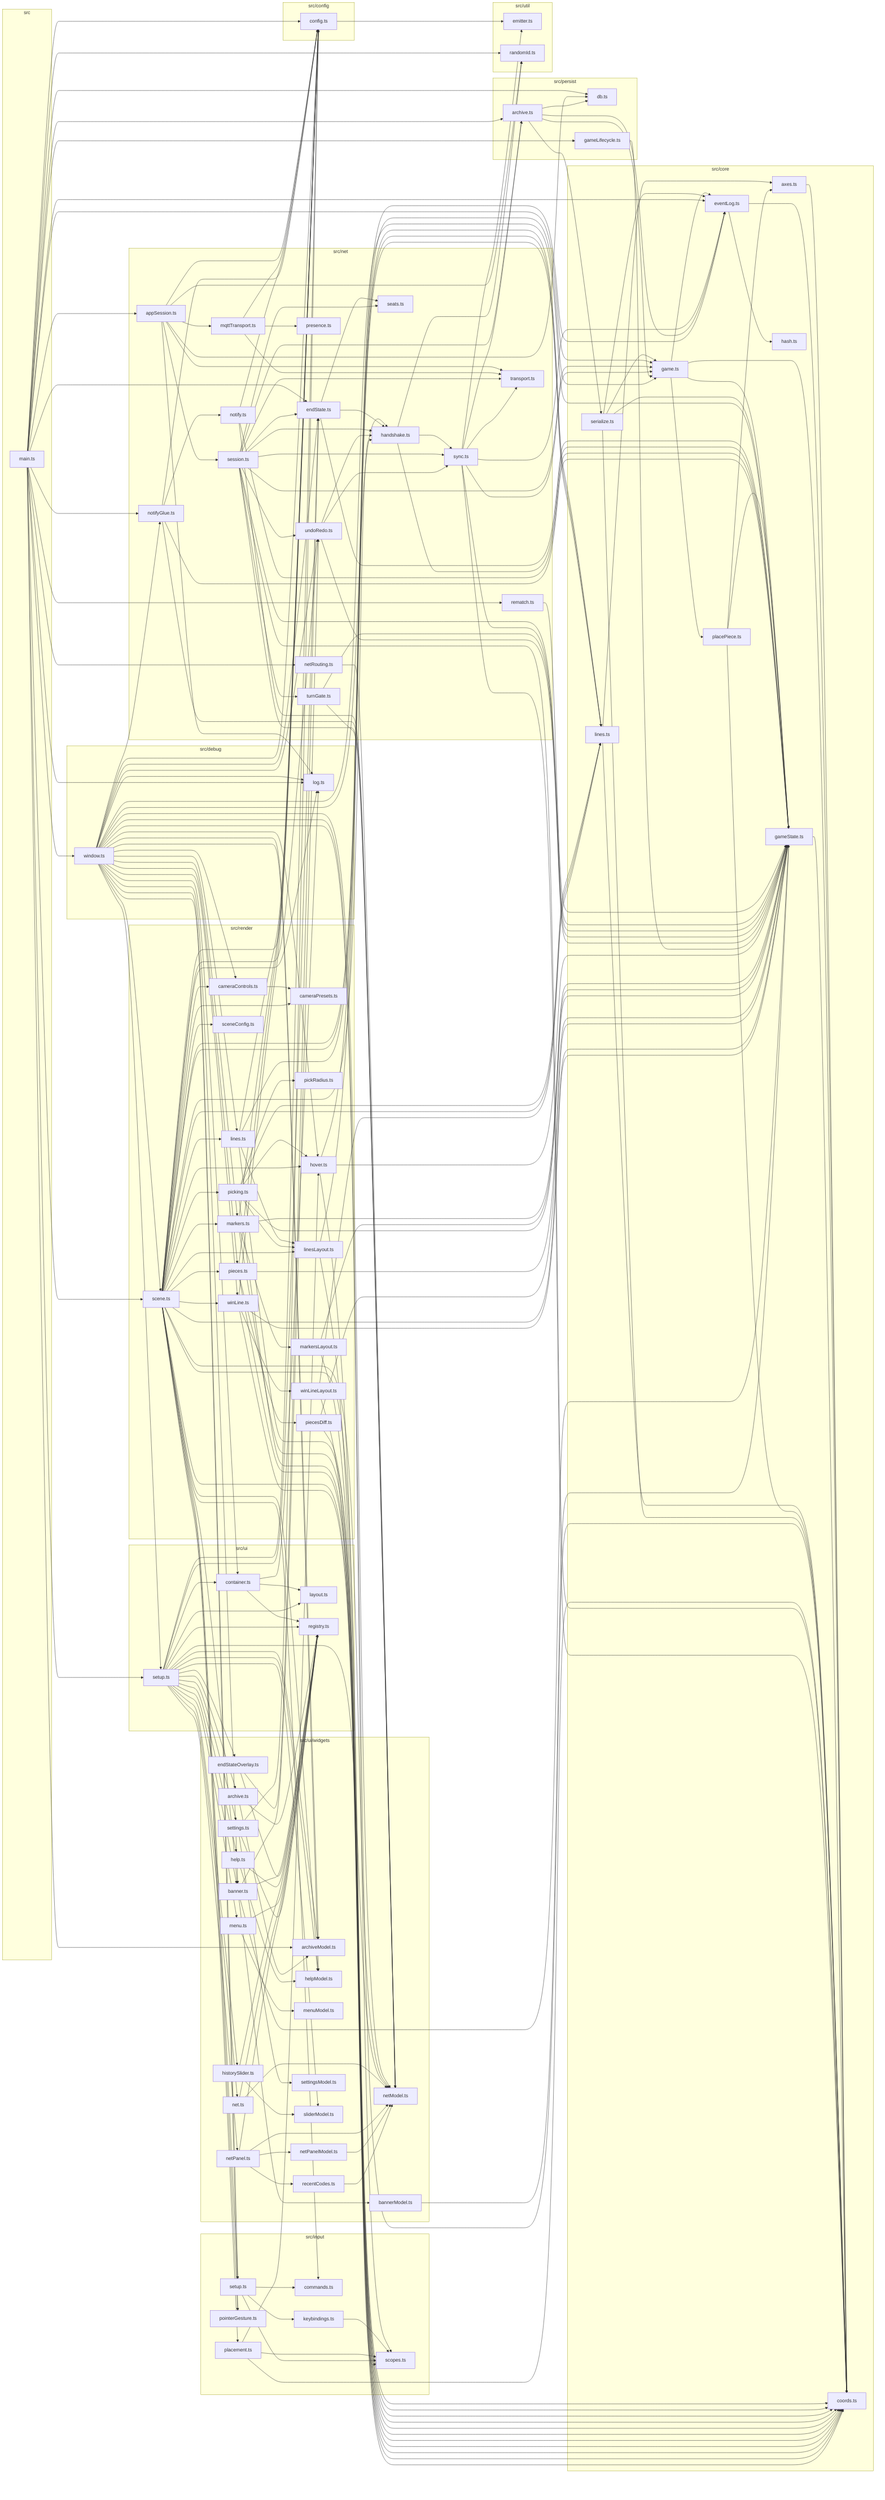
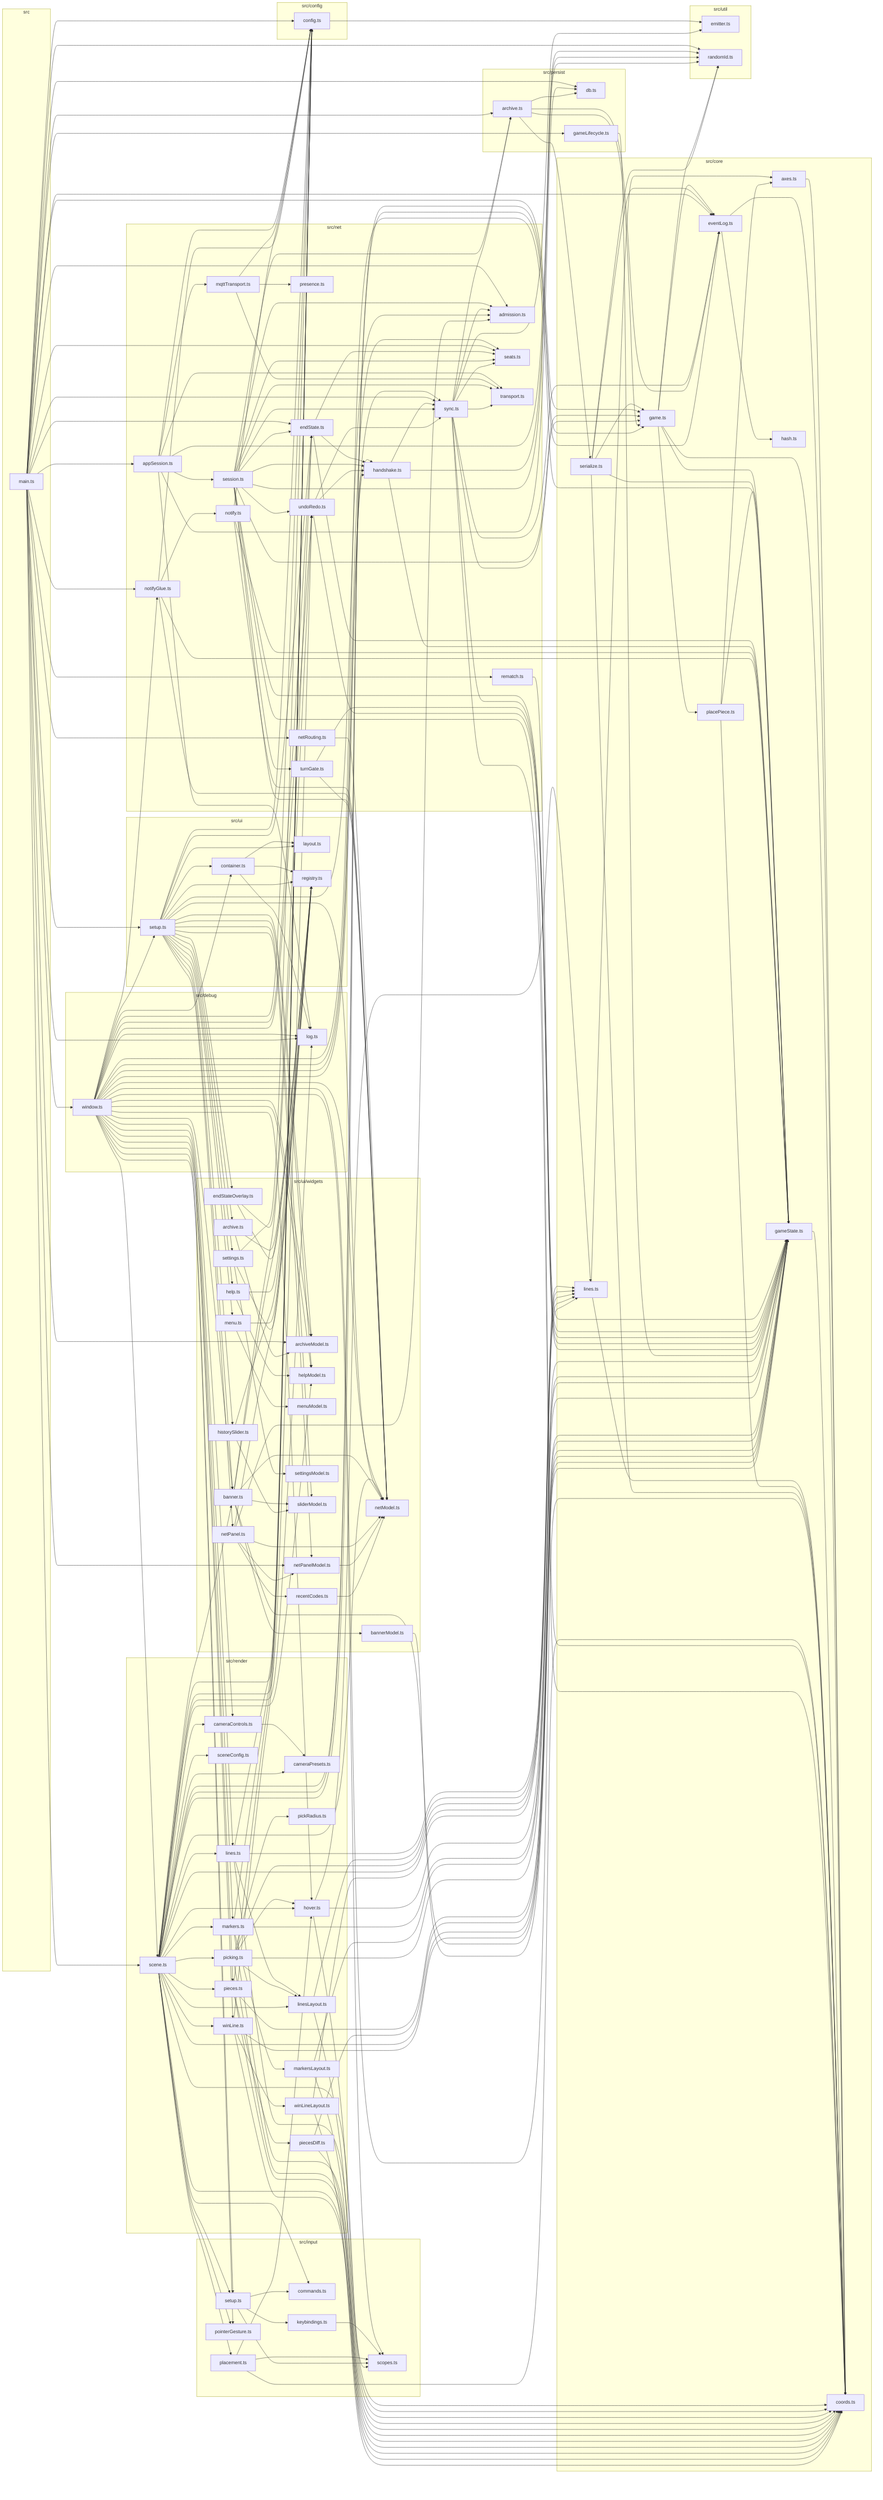
graph LR
    subgraph src
        src_main_ts["main.ts"]
    end
    subgraph src/config
        src_config_config_ts["config.ts"]
    end
    subgraph src/core
        src_core_axes_ts["axes.ts"]
        src_core_coords_ts["coords.ts"]
        src_core_eventLog_ts["eventLog.ts"]
        src_core_game_ts["game.ts"]
        src_core_gameState_ts["gameState.ts"]
        src_core_hash_ts["hash.ts"]
        src_core_lines_ts["lines.ts"]
        src_core_placePiece_ts["placePiece.ts"]
        src_core_serialize_ts["serialize.ts"]
    end
    subgraph src/debug
        src_debug_log_ts["log.ts"]
        src_debug_window_ts["window.ts"]
    end
    subgraph src/input
        src_input_commands_ts["commands.ts"]
        src_input_keybindings_ts["keybindings.ts"]
        src_input_placement_ts["placement.ts"]
        src_input_pointerGesture_ts["pointerGesture.ts"]
        src_input_scopes_ts["scopes.ts"]
        src_input_setup_ts["setup.ts"]
    end
    subgraph src/net
+         src_net_admission_ts["admission.ts"]
        src_net_appSession_ts["appSession.ts"]
        src_net_endState_ts["endState.ts"]
        src_net_handshake_ts["handshake.ts"]
        src_net_mqttTransport_ts["mqttTransport.ts"]
        src_net_netRouting_ts["netRouting.ts"]
        src_net_notify_ts["notify.ts"]
        src_net_notifyGlue_ts["notifyGlue.ts"]
        src_net_presence_ts["presence.ts"]
        src_net_rematch_ts["rematch.ts"]
        src_net_seats_ts["seats.ts"]
        src_net_session_ts["session.ts"]
        src_net_sync_ts["sync.ts"]
        src_net_transport_ts["transport.ts"]
        src_net_turnGate_ts["turnGate.ts"]
        src_net_undoRedo_ts["undoRedo.ts"]
    end
    subgraph src/persist
        src_persist_archive_ts["archive.ts"]
        src_persist_db_ts["db.ts"]
        src_persist_gameLifecycle_ts["gameLifecycle.ts"]
    end
    subgraph src/render
        src_render_cameraControls_ts["cameraControls.ts"]
        src_render_cameraPresets_ts["cameraPresets.ts"]
        src_render_hover_ts["hover.ts"]
        src_render_lines_ts["lines.ts"]
        src_render_linesLayout_ts["linesLayout.ts"]
        src_render_markers_ts["markers.ts"]
        src_render_markersLayout_ts["markersLayout.ts"]
        src_render_pickRadius_ts["pickRadius.ts"]
        src_render_picking_ts["picking.ts"]
        src_render_pieces_ts["pieces.ts"]
        src_render_piecesDiff_ts["piecesDiff.ts"]
        src_render_scene_ts["scene.ts"]
        src_render_sceneConfig_ts["sceneConfig.ts"]
        src_render_winLine_ts["winLine.ts"]
        src_render_winLineLayout_ts["winLineLayout.ts"]
    end
    subgraph src/ui
        src_ui_container_ts["container.ts"]
        src_ui_layout_ts["layout.ts"]
        src_ui_registry_ts["registry.ts"]
        src_ui_setup_ts["setup.ts"]
    end
    subgraph src/ui/widgets
        src_ui_widgets_archive_ts["archive.ts"]
        src_ui_widgets_archiveModel_ts["archiveModel.ts"]
        src_ui_widgets_banner_ts["banner.ts"]
        src_ui_widgets_bannerModel_ts["bannerModel.ts"]
        src_ui_widgets_endStateOverlay_ts["endStateOverlay.ts"]
        src_ui_widgets_help_ts["help.ts"]
        src_ui_widgets_helpModel_ts["helpModel.ts"]
        src_ui_widgets_historySlider_ts["historySlider.ts"]
        src_ui_widgets_menu_ts["menu.ts"]
        src_ui_widgets_menuModel_ts["menuModel.ts"]
-         src_ui_widgets_net_ts["net.ts"]
        src_ui_widgets_netModel_ts["netModel.ts"]
        src_ui_widgets_netPanel_ts["netPanel.ts"]
        src_ui_widgets_netPanelModel_ts["netPanelModel.ts"]
        src_ui_widgets_recentCodes_ts["recentCodes.ts"]
        src_ui_widgets_settings_ts["settings.ts"]
        src_ui_widgets_settingsModel_ts["settingsModel.ts"]
        src_ui_widgets_sliderModel_ts["sliderModel.ts"]
    end
    subgraph src/util
        src_util_emitter_ts["emitter.ts"]
        src_util_randomId_ts["randomId.ts"]
    end
    src_config_config_ts --> src_util_emitter_ts
    src_core_axes_ts --> src_core_coords_ts
    src_core_eventLog_ts --> src_core_coords_ts
    src_core_eventLog_ts --> src_core_hash_ts
    src_core_game_ts --> src_core_coords_ts
    src_core_game_ts --> src_core_eventLog_ts
    src_core_game_ts --> src_core_gameState_ts
    src_core_game_ts --> src_core_placePiece_ts
+     src_core_game_ts --> src_util_randomId_ts
    src_core_gameState_ts --> src_core_coords_ts
    src_core_lines_ts --> src_core_axes_ts
    src_core_lines_ts --> src_core_coords_ts
    src_core_placePiece_ts --> src_core_axes_ts
    src_core_placePiece_ts --> src_core_coords_ts
    src_core_placePiece_ts --> src_core_gameState_ts
    src_core_serialize_ts --> src_core_coords_ts
    src_core_serialize_ts --> src_core_eventLog_ts
    src_core_serialize_ts --> src_core_game_ts
    src_core_serialize_ts --> src_core_gameState_ts
+     src_core_serialize_ts --> src_util_randomId_ts
    src_debug_window_ts --> src_config_config_ts
    src_debug_window_ts --> src_core_coords_ts
    src_debug_window_ts --> src_core_gameState_ts
    src_debug_window_ts --> src_debug_log_ts
    src_debug_window_ts --> src_input_pointerGesture_ts
    src_debug_window_ts --> src_input_scopes_ts
    src_debug_window_ts --> src_input_setup_ts
    src_debug_window_ts --> src_net_endState_ts
    src_debug_window_ts --> src_net_handshake_ts
    src_debug_window_ts --> src_net_notifyGlue_ts
+     src_debug_window_ts --> src_net_seats_ts
+     src_debug_window_ts --> src_net_sync_ts
    src_debug_window_ts --> src_net_undoRedo_ts
    src_debug_window_ts --> src_render_cameraControls_ts
    src_debug_window_ts --> src_render_hover_ts
    src_debug_window_ts --> src_render_lines_ts
    src_debug_window_ts --> src_render_markers_ts
    src_debug_window_ts --> src_render_pieces_ts
    src_debug_window_ts --> src_render_scene_ts
    src_debug_window_ts --> src_render_winLine_ts
    src_debug_window_ts --> src_ui_container_ts
    src_debug_window_ts --> src_ui_setup_ts
    src_debug_window_ts --> src_ui_widgets_archiveModel_ts
    src_debug_window_ts --> src_ui_widgets_banner_ts
    src_debug_window_ts --> src_ui_widgets_helpModel_ts
    src_debug_window_ts --> src_ui_widgets_netModel_ts
    src_input_keybindings_ts --> src_input_scopes_ts
    src_input_placement_ts --> src_core_coords_ts
    src_input_placement_ts --> src_input_scopes_ts
    src_input_placement_ts --> src_render_hover_ts
    src_input_setup_ts --> src_input_commands_ts
    src_input_setup_ts --> src_input_keybindings_ts
    src_input_setup_ts --> src_input_scopes_ts
    src_main_ts --> src_config_config_ts
    src_main_ts --> src_core_eventLog_ts
    src_main_ts --> src_core_game_ts
    src_main_ts --> src_debug_log_ts
    src_main_ts --> src_debug_window_ts
+     src_main_ts --> src_net_admission_ts
    src_main_ts --> src_net_appSession_ts
    src_main_ts --> src_net_endState_ts
    src_main_ts --> src_net_netRouting_ts
    src_main_ts --> src_net_notifyGlue_ts
    src_main_ts --> src_net_rematch_ts
+     src_main_ts --> src_net_seats_ts
+     src_main_ts --> src_net_sync_ts
    src_main_ts --> src_persist_archive_ts
    src_main_ts --> src_persist_db_ts
    src_main_ts --> src_persist_gameLifecycle_ts
    src_main_ts --> src_render_scene_ts
    src_main_ts --> src_ui_setup_ts
    src_main_ts --> src_ui_widgets_archiveModel_ts
+     src_main_ts --> src_ui_widgets_netPanelModel_ts
    src_main_ts --> src_util_randomId_ts
    src_net_appSession_ts --> src_config_config_ts
    src_net_appSession_ts --> src_debug_log_ts
    src_net_appSession_ts --> src_net_mqttTransport_ts
    src_net_appSession_ts --> src_net_session_ts
    src_net_appSession_ts --> src_net_transport_ts
    src_net_appSession_ts --> src_persist_db_ts
    src_net_appSession_ts --> src_util_randomId_ts
    src_net_endState_ts --> src_core_gameState_ts
    src_net_endState_ts --> src_net_handshake_ts
    src_net_endState_ts --> src_net_seats_ts
    src_net_handshake_ts --> src_core_gameState_ts
    src_net_handshake_ts --> src_net_sync_ts
    src_net_handshake_ts --> src_util_randomId_ts
    src_net_mqttTransport_ts --> src_config_config_ts
    src_net_mqttTransport_ts --> src_net_presence_ts
    src_net_mqttTransport_ts --> src_net_transport_ts
    src_net_netRouting_ts --> src_ui_widgets_netModel_ts
    src_net_notify_ts --> src_config_config_ts
    src_net_notify_ts --> src_core_gameState_ts
    src_net_notify_ts --> src_ui_widgets_netModel_ts
    src_net_notifyGlue_ts --> src_config_config_ts
    src_net_notifyGlue_ts --> src_core_gameState_ts
    src_net_notifyGlue_ts --> src_net_notify_ts
    src_net_notifyGlue_ts --> src_ui_widgets_netModel_ts
    src_net_rematch_ts --> src_core_gameState_ts
    src_net_session_ts --> src_core_coords_ts
    src_net_session_ts --> src_core_game_ts
    src_net_session_ts --> src_core_gameState_ts
+     src_net_session_ts --> src_net_admission_ts
    src_net_session_ts --> src_net_endState_ts
    src_net_session_ts --> src_net_handshake_ts
    src_net_session_ts --> src_net_seats_ts
    src_net_session_ts --> src_net_sync_ts
    src_net_session_ts --> src_net_transport_ts
    src_net_session_ts --> src_net_turnGate_ts
    src_net_session_ts --> src_net_undoRedo_ts
    src_net_session_ts --> src_persist_archive_ts
    src_net_session_ts --> src_ui_widgets_netModel_ts
+     src_net_session_ts --> src_util_randomId_ts
    src_net_sync_ts --> src_core_coords_ts
    src_net_sync_ts --> src_core_eventLog_ts
    src_net_sync_ts --> src_core_game_ts
    src_net_sync_ts --> src_core_gameState_ts
+     src_net_sync_ts --> src_net_admission_ts
+     src_net_sync_ts --> src_net_seats_ts
    src_net_sync_ts --> src_net_transport_ts
    src_net_sync_ts --> src_persist_archive_ts
    src_net_sync_ts --> src_util_emitter_ts
    src_net_turnGate_ts --> src_core_gameState_ts
    src_net_turnGate_ts --> src_ui_widgets_netModel_ts
    src_net_undoRedo_ts --> src_core_gameState_ts
    src_net_undoRedo_ts --> src_net_handshake_ts
    src_net_undoRedo_ts --> src_net_sync_ts
    src_persist_archive_ts --> src_core_eventLog_ts
    src_persist_archive_ts --> src_core_game_ts
    src_persist_archive_ts --> src_core_serialize_ts
    src_persist_archive_ts --> src_persist_db_ts
    src_persist_gameLifecycle_ts --> src_core_gameState_ts
    src_render_cameraControls_ts --> src_render_cameraPresets_ts
    src_render_hover_ts --> src_core_coords_ts
    src_render_hover_ts --> src_core_gameState_ts
    src_render_hover_ts --> src_core_lines_ts
    src_render_lines_ts --> src_config_config_ts
    src_render_lines_ts --> src_core_coords_ts
    src_render_lines_ts --> src_core_lines_ts
    src_render_lines_ts --> src_render_linesLayout_ts
    src_render_linesLayout_ts --> src_core_coords_ts
    src_render_linesLayout_ts --> src_core_lines_ts
    src_render_markers_ts --> src_config_config_ts
    src_render_markers_ts --> src_core_coords_ts
    src_render_markers_ts --> src_core_gameState_ts
    src_render_markers_ts --> src_render_markersLayout_ts
    src_render_markersLayout_ts --> src_core_coords_ts
    src_render_markersLayout_ts --> src_core_gameState_ts
    src_render_picking_ts --> src_core_coords_ts
    src_render_picking_ts --> src_core_gameState_ts
    src_render_picking_ts --> src_core_lines_ts
    src_render_picking_ts --> src_render_hover_ts
    src_render_picking_ts --> src_render_linesLayout_ts
    src_render_picking_ts --> src_render_pickRadius_ts
    src_render_pieces_ts --> src_config_config_ts
    src_render_pieces_ts --> src_core_coords_ts
    src_render_pieces_ts --> src_core_gameState_ts
    src_render_pieces_ts --> src_render_piecesDiff_ts
    src_render_piecesDiff_ts --> src_core_coords_ts
    src_render_piecesDiff_ts --> src_core_gameState_ts
    src_render_scene_ts --> src_config_config_ts
    src_render_scene_ts --> src_core_coords_ts
    src_render_scene_ts --> src_core_eventLog_ts
    src_render_scene_ts --> src_core_game_ts
    src_render_scene_ts --> src_core_gameState_ts
    src_render_scene_ts --> src_core_lines_ts
    src_render_scene_ts --> src_debug_log_ts
    src_render_scene_ts --> src_input_commands_ts
    src_render_scene_ts --> src_input_placement_ts
    src_render_scene_ts --> src_input_pointerGesture_ts
    src_render_scene_ts --> src_input_scopes_ts
    src_render_scene_ts --> src_input_setup_ts
    src_render_scene_ts --> src_net_handshake_ts
    src_render_scene_ts --> src_net_undoRedo_ts
    src_render_scene_ts --> src_render_cameraControls_ts
    src_render_scene_ts --> src_render_cameraPresets_ts
    src_render_scene_ts --> src_render_hover_ts
    src_render_scene_ts --> src_render_lines_ts
    src_render_scene_ts --> src_render_linesLayout_ts
    src_render_scene_ts --> src_render_markers_ts
    src_render_scene_ts --> src_render_picking_ts
    src_render_scene_ts --> src_render_pieces_ts
    src_render_scene_ts --> src_render_sceneConfig_ts
    src_render_scene_ts --> src_render_winLine_ts
    src_render_scene_ts --> src_ui_widgets_banner_ts
    src_render_scene_ts --> src_ui_widgets_helpModel_ts
    src_render_scene_ts --> src_ui_widgets_netModel_ts
    src_render_winLine_ts --> src_config_config_ts
    src_render_winLine_ts --> src_core_coords_ts
    src_render_winLine_ts --> src_core_gameState_ts
    src_render_winLine_ts --> src_render_winLineLayout_ts
    src_render_winLineLayout_ts --> src_core_coords_ts
    src_render_winLineLayout_ts --> src_core_lines_ts
    src_ui_container_ts --> src_debug_log_ts
    src_ui_container_ts --> src_ui_layout_ts
    src_ui_container_ts --> src_ui_registry_ts
    src_ui_setup_ts --> src_config_config_ts
+     src_ui_setup_ts --> src_net_admission_ts
    src_ui_setup_ts --> src_net_endState_ts
    src_ui_setup_ts --> src_ui_container_ts
    src_ui_setup_ts --> src_ui_layout_ts
    src_ui_setup_ts --> src_ui_registry_ts
    src_ui_setup_ts --> src_ui_widgets_archive_ts
    src_ui_setup_ts --> src_ui_widgets_archiveModel_ts
    src_ui_setup_ts --> src_ui_widgets_banner_ts
    src_ui_setup_ts --> src_ui_widgets_endStateOverlay_ts
    src_ui_setup_ts --> src_ui_widgets_help_ts
    src_ui_setup_ts --> src_ui_widgets_helpModel_ts
    src_ui_setup_ts --> src_ui_widgets_historySlider_ts
    src_ui_setup_ts --> src_ui_widgets_menu_ts
-     src_ui_setup_ts --> src_ui_widgets_net_ts
    src_ui_setup_ts --> src_ui_widgets_netModel_ts
    src_ui_setup_ts --> src_ui_widgets_netPanel_ts
+     src_ui_setup_ts --> src_ui_widgets_netPanelModel_ts
    src_ui_setup_ts --> src_ui_widgets_settings_ts
    src_ui_setup_ts --> src_ui_widgets_sliderModel_ts
    src_ui_widgets_archive_ts --> src_ui_registry_ts
    src_ui_widgets_archive_ts --> src_ui_widgets_archiveModel_ts
    src_ui_widgets_banner_ts --> src_core_gameState_ts
    src_ui_widgets_banner_ts --> src_net_undoRedo_ts
    src_ui_widgets_banner_ts --> src_ui_registry_ts
    src_ui_widgets_banner_ts --> src_ui_widgets_bannerModel_ts
+     src_ui_widgets_banner_ts --> src_ui_widgets_netModel_ts
+     src_ui_widgets_banner_ts --> src_ui_widgets_sliderModel_ts
    src_ui_widgets_bannerModel_ts --> src_core_gameState_ts
    src_ui_widgets_endStateOverlay_ts --> src_net_endState_ts
    src_ui_widgets_endStateOverlay_ts --> src_ui_registry_ts
    src_ui_widgets_help_ts --> src_ui_registry_ts
    src_ui_widgets_help_ts --> src_ui_widgets_helpModel_ts
    src_ui_widgets_historySlider_ts --> src_ui_registry_ts
    src_ui_widgets_historySlider_ts --> src_ui_widgets_sliderModel_ts
    src_ui_widgets_menu_ts --> src_ui_registry_ts
    src_ui_widgets_menu_ts --> src_ui_widgets_menuModel_ts
-     src_ui_widgets_net_ts --> src_ui_registry_ts
-     src_ui_widgets_net_ts --> src_ui_widgets_netModel_ts
+     src_ui_widgets_netPanel_ts --> src_net_admission_ts
    src_ui_widgets_netPanel_ts --> src_ui_registry_ts
    src_ui_widgets_netPanel_ts --> src_ui_widgets_netModel_ts
    src_ui_widgets_netPanel_ts --> src_ui_widgets_netPanelModel_ts
    src_ui_widgets_netPanel_ts --> src_ui_widgets_recentCodes_ts
    src_ui_widgets_netPanelModel_ts --> src_ui_widgets_netModel_ts
    src_ui_widgets_recentCodes_ts --> src_ui_widgets_netModel_ts
    src_ui_widgets_settings_ts --> src_config_config_ts
    src_ui_widgets_settings_ts --> src_ui_registry_ts
    src_ui_widgets_settings_ts --> src_ui_widgets_settingsModel_ts
